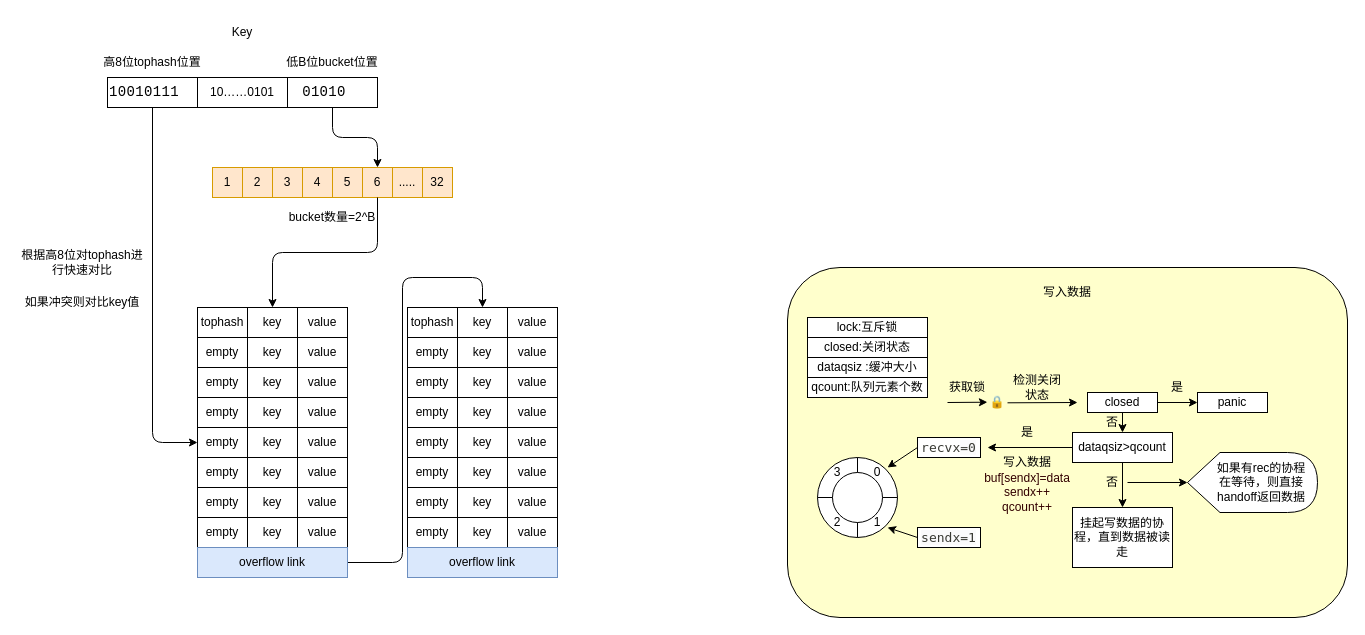
Above: page "第 4 页" (4 of 4) of .drawio in 172197763/2026_GO_GIN (draw.io), before the change. Source tidied: cells renumbered, new cells numbered last; positions are measured from the earlier drawing's top-left corner, leaving out a move shared by most shapes. Both pictures are drawn from the tidied source at 100%, with x=0, y=0 at pixel (17, 17).
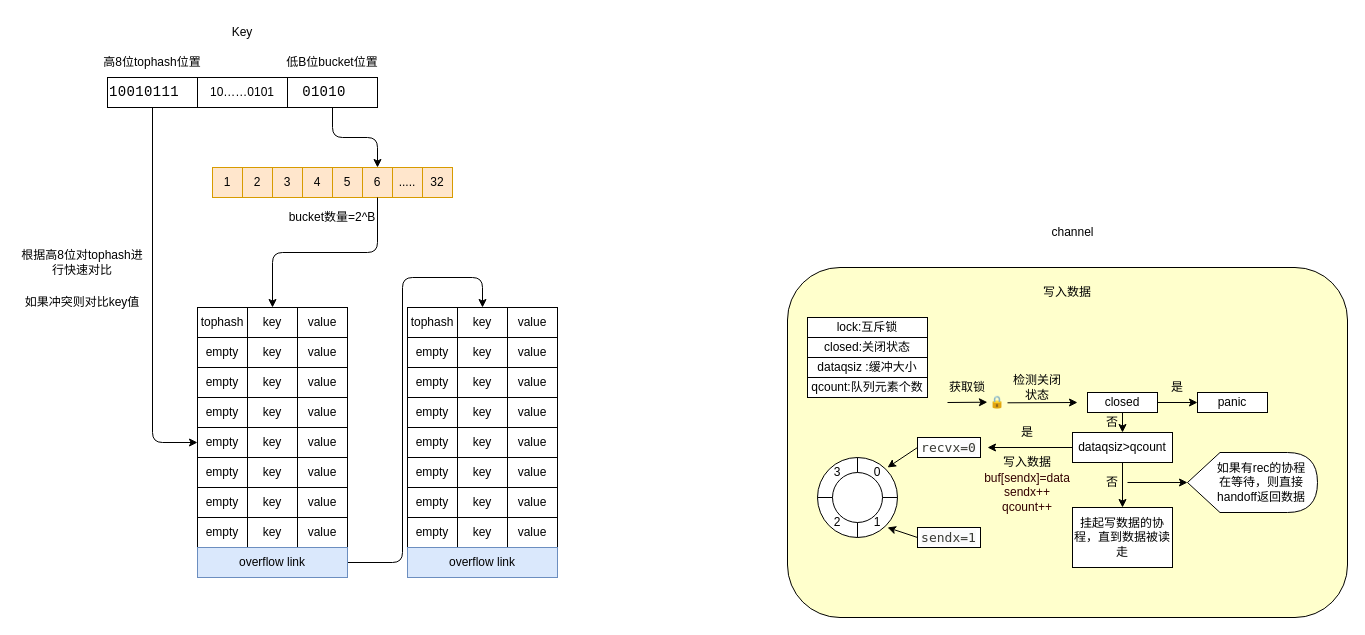
The same page after the edit.

What changed in the source:
```diff
@@
+    <mxCell id="135" value="channel" style="text;html=1;align=center;verticalAlign=middle;strokeColor=none;fillColor=none;" parent="1" vertex="1">
+      <mxGeometry x="1020" y="200" width="70" height="30" as="geometry" />
+    </mxCell>
```
